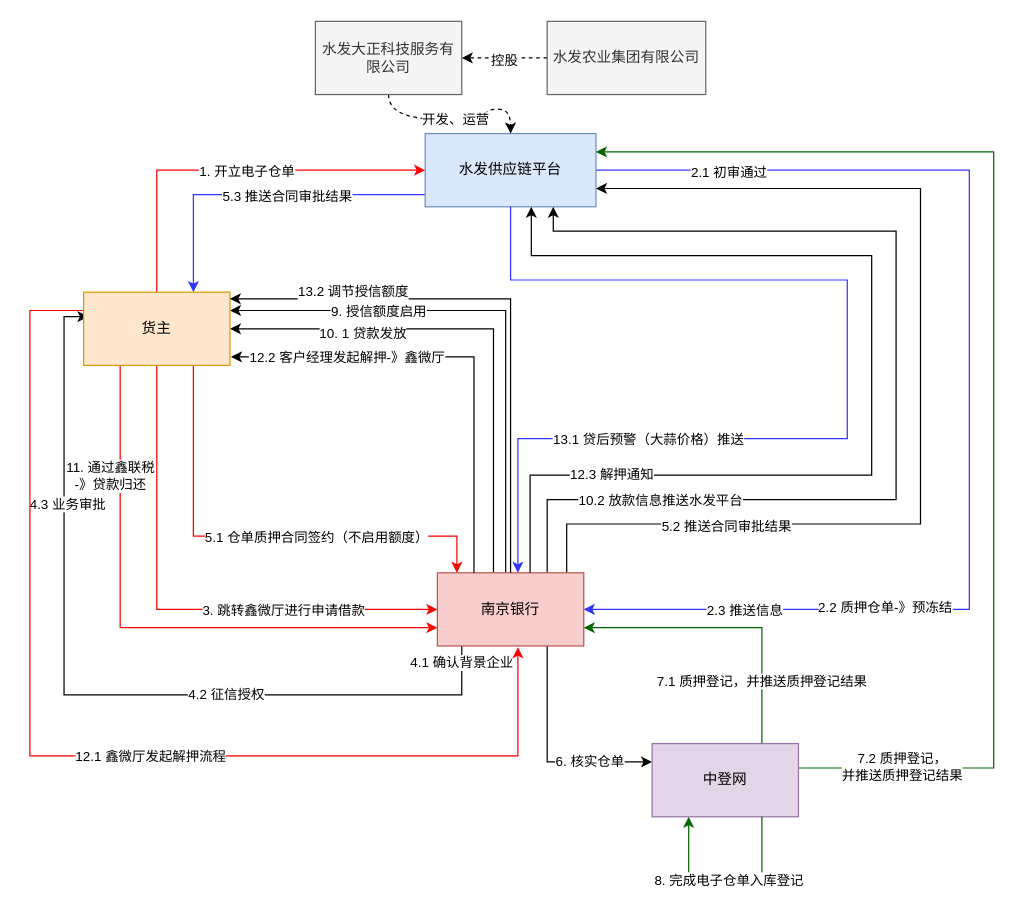
Earlier version of the draw.io diagram 蒜e贷流程图.drawio (crawlerWPS/drawing). Source tidied: cells renumbered, new cells numbered last; positions are measured from the earlier drawing's top-left corner, leaving out a move shared by most shapes. Both pictures are drawn from the tidied source at 122%, with x=0, y=0 at pixel (29, 21).
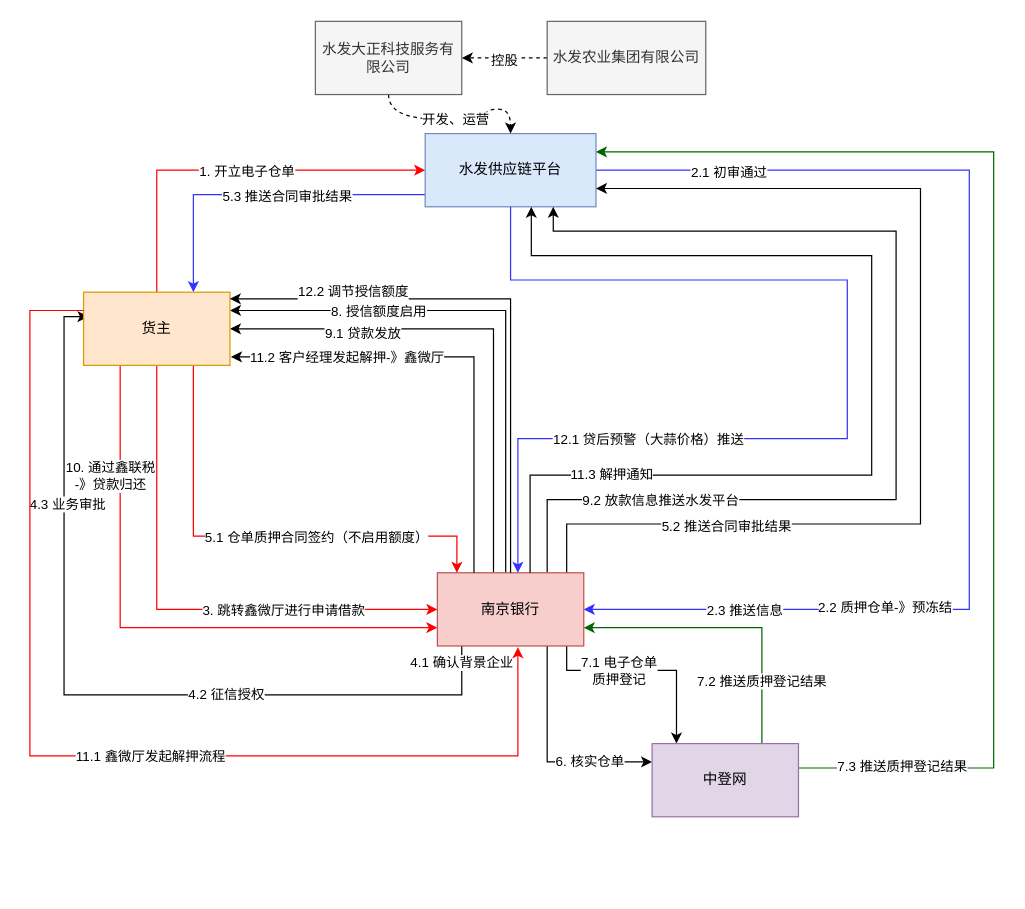
After the change.

Commit message:
更新蒜e贷流程图.drawio

The change refers to these unchanged cells:
```xml
<mxCell id="20" style="edgeStyle=orthogonalEdgeStyle;rounded=0;jettySize=auto;html=1;entryX=1;entryY=0.25;entryDx=0;entryDy=0;" parent="1" edge="1" source="26" target="35">
  <mxGeometry relative="1" as="geometry">
    <Array as="points">
      <mxPoint x="390" y="237" />
    </Array>
  </mxGeometry>
</mxCell>
<mxCell id="22" style="edgeStyle=orthogonalEdgeStyle;rounded=0;jettySize=auto;html=1;entryX=1;entryY=0.5;entryDx=0;entryDy=0;" parent="1" edge="1" source="26" target="35">
  <mxGeometry relative="1" as="geometry">
    <Array as="points">
      <mxPoint x="380" y="252" />
    </Array>
  </mxGeometry>
</mxCell>
<mxCell id="24" style="edgeStyle=orthogonalEdgeStyle;rounded=0;jettySize=auto;html=1;exitX=0.75;exitY=0;exitDx=0;exitDy=0;entryX=0.75;entryY=1;entryDx=0;entryDy=0;" parent="1" edge="1" source="26" target="8">
  <mxGeometry relative="1" as="geometry">
    <Array as="points">
      <mxPoint x="424" y="392" />
      <mxPoint x="710" y="392" />
      <mxPoint x="710" y="172" />
      <mxPoint x="429" y="172" />
    </Array>
  </mxGeometry>
</mxCell>
<mxCell id="26" value="南京银行" style="whiteSpace=wrap;html=1;fillColor=#f8cecc;strokeColor=#b85450;" parent="1" vertex="1">
  <mxGeometry x="334" y="452" width="120" height="60" as="geometry" />
</mxCell>
<mxCell id="33" style="edgeStyle=orthogonalEdgeStyle;rounded=0;jettySize=auto;html=1;exitX=0.25;exitY=1;exitDx=0;exitDy=0;entryX=0;entryY=0.75;entryDx=0;entryDy=0;strokeColor=#FF0000;" parent="1" edge="1" source="35" target="26">
  <mxGeometry relative="1" as="geometry" />
</mxCell>
<mxCell id="39" style="edgeStyle=orthogonalEdgeStyle;rounded=0;jettySize=auto;html=1;exitX=0.75;exitY=0;exitDx=0;exitDy=0;entryX=1;entryY=0.75;entryDx=0;entryDy=0;strokeColor=#006600;" parent="1" edge="1" source="43" target="26">
  <mxGeometry relative="1" as="geometry" />
</mxCell>
<mxCell id="41" style="edgeStyle=orthogonalEdgeStyle;rounded=0;jettySize=auto;html=1;entryX=1;entryY=0.25;entryDx=0;entryDy=0;strokeColor=#006600;" parent="1" edge="1" source="43" target="8">
  <mxGeometry relative="1" as="geometry">
    <Array as="points">
      <mxPoint x="790" y="612" />
      <mxPoint x="790" y="107" />
    </Array>
  </mxGeometry>
</mxCell>
<mxCell id="43" value="中登网" style="rounded=0;whiteSpace=wrap;html=1;fillColor=#e1d5e7;strokeColor=#9673a6;" parent="1" vertex="1">
  <mxGeometry x="510" y="592" width="120" height="60" as="geometry" />
</mxCell>
<mxCell id="46" style="edgeStyle=orthogonalEdgeStyle;rounded=0;jettySize=auto;html=1;exitX=0;exitY=0.25;exitDx=0;exitDy=0;strokeColor=#FF0000;" parent="1" edge="1" source="35">
  <mxGeometry relative="1" as="geometry">
    <mxPoint x="400" y="513" as="targetPoint" />
    <Array as="points">
      <mxPoint y="237" />
      <mxPoint y="602" />
      <mxPoint x="400" y="602" />
    </Array>
  </mxGeometry>
</mxCell>
<mxCell id="48" style="edgeStyle=orthogonalEdgeStyle;rounded=0;jettySize=auto;html=1;exitX=0.25;exitY=0;exitDx=0;exitDy=0;entryX=1.007;entryY=0.884;entryDx=0;entryDy=0;entryPerimeter=0;" parent="1" edge="1" source="26" target="35">
  <mxGeometry relative="1" as="geometry" />
</mxCell>
<mxCell id="50" style="edgeStyle=orthogonalEdgeStyle;rounded=0;jettySize=auto;html=1;" parent="1" edge="1" source="26" target="8">
  <mxGeometry relative="1" as="geometry">
    <Array as="points">
      <mxPoint x="410" y="372" />
      <mxPoint x="690" y="372" />
      <mxPoint x="690" y="192" />
      <mxPoint x="411" y="192" />
    </Array>
  </mxGeometry>
</mxCell>
<mxCell id="52" style="edgeStyle=orthogonalEdgeStyle;rounded=0;jettySize=auto;html=1;exitX=0.5;exitY=1;exitDx=0;exitDy=0;strokeColor=#3333FF;" parent="1" edge="1" source="8">
  <mxGeometry relative="1" as="geometry">
    <mxPoint x="400" y="452" as="targetPoint" />
    <Array as="points">
      <mxPoint x="394" y="212" />
      <mxPoint x="670" y="212" />
      <mxPoint x="670" y="342" />
      <mxPoint x="400" y="342" />
    </Array>
  </mxGeometry>
</mxCell>
<mxCell id="54" style="edgeStyle=orthogonalEdgeStyle;rounded=0;jettySize=auto;html=1;entryX=0.999;entryY=0.09;entryDx=0;entryDy=0;entryPerimeter=0;" parent="1" edge="1" source="26" target="35">
  <mxGeometry relative="1" as="geometry">
    <Array as="points">
      <mxPoint x="394" y="227" />
    </Array>
  </mxGeometry>
</mxCell>
```

Change to the diagram source:
```diff
@@
-    <mxCell id="21" value="9. 授信额度启用" style="edgeLabel;html=1;align=center;verticalAlign=middle;" parent="20" vertex="1">
+    <mxCell id="21" value="8. 授信额度启用" style="edgeLabel;html=1;align=center;verticalAlign=middle;" parent="20" vertex="1">
       <mxGeometry x="0.45" relative="1" as="geometry" />
     </mxCell>
@@
-    <mxCell id="23" value="10. 1 贷款发放" style="edgeLabel;html=1;align=center;verticalAlign=middle;" parent="22" vertex="1">
+    <mxCell id="23" value="9.1 贷款发放" style="edgeLabel;html=1;align=center;verticalAlign=middle;" parent="22" vertex="1">
       <mxGeometry x="0.48" y="3" relative="1" as="geometry" />
     </mxCell>
@@
-    <mxCell id="25" value="10.2 放款信息推送水发平台" style="edgeLabel;html=1;align=center;verticalAlign=middle;" parent="24" vertex="1">
+    <mxCell id="25" value="9.2 放款信息推送水发平台" style="edgeLabel;html=1;align=center;verticalAlign=middle;" parent="24" vertex="1">
       <mxGeometry x="-0.65" relative="1" as="geometry" />
     </mxCell>
+    <mxCell id="56" style="edgeStyle=orthogonalEdgeStyle;rounded=0;jettySize=auto;html=1;" parent="1" edge="1" source="26" target="43">
+      <mxGeometry relative="1" as="geometry">
+        <Array as="points">
+          <mxPoint x="440" y="532" />
+          <mxPoint x="530" y="532" />
+        </Array>
+      </mxGeometry>
+    </mxCell>
+    <mxCell id="57" value="7.1 电子仓单&lt;br&gt;质押登记" style="edgeLabel;html=1;align=center;verticalAlign=middle;" parent="56" vertex="1">
+      <mxGeometry x="-0.27" relative="1" as="geometry" />
+    </mxCell>
@@
-    <mxCell id="34" value="11. 通过鑫联税&lt;br&gt;-》贷款归还" style="edgeLabel;html=1;align=center;verticalAlign=middle;" parent="33" vertex="1">
+    <mxCell id="34" value="10. 通过鑫联税&lt;br&gt;-》贷款归还" style="edgeLabel;html=1;align=center;verticalAlign=middle;" parent="33" vertex="1">
       <mxGeometry x="-0.69" y="-2" relative="1" as="geometry">
         <mxPoint x="-7" y="16" as="offset" />
       </mxGeometry>
     </mxCell>
@@
-    <mxCell id="40" value="7.1 质押登记，并推送质押登记结果" style="edgeLabel;html=1;align=center;verticalAlign=middle;" parent="39" vertex="1">
+    <mxCell id="40" value="7.2 推送质押登记结果" style="edgeLabel;html=1;align=center;verticalAlign=middle;" parent="39" vertex="1">
       <mxGeometry x="-0.57" y="1" relative="1" as="geometry" />
     </mxCell>
@@
-    <mxCell id="42" value="7.2 质押登记，&lt;br&gt;并推送质押登记结果" style="edgeLabel;html=1;align=center;verticalAlign=middle;" parent="41" vertex="1">
+    <mxCell id="42" value="7.3&amp;nbsp;推送质押登记结果" style="edgeLabel;html=1;align=center;verticalAlign=middle;" parent="41" vertex="1">
       <mxGeometry x="-0.83" y="2" relative="1" as="geometry" />
     </mxCell>
@@
-    <mxCell id="44" style="edgeStyle=orthogonalEdgeStyle;rounded=0;orthogonalLoop=1;jettySize=auto;html=1;exitX=0.75;exitY=1;exitDx=0;exitDy=0;strokeColor=#006600;" parent="1" edge="1" source="43" target="43">
-      <mxGeometry relative="1" as="geometry">
-        <Array as="points">
-          <mxPoint x="600" y="702" />
-          <mxPoint x="540" y="702" />
-        </Array>
-      </mxGeometry>
-    </mxCell>
-    <mxCell id="45" value="8. 完成电子仓单入库登记" style="edgeLabel;html=1;align=center;verticalAlign=middle;" parent="44" vertex="1">
-      <mxGeometry x="-0.02" y="1" relative="1" as="geometry" />
-    </mxCell>
@@
-    <mxCell id="47" value="12.1 鑫微厅发起解押流程" style="edgeLabel;html=1;align=center;verticalAlign=middle;" parent="46" vertex="1">
+    <mxCell id="47" value="11.1 鑫微厅发起解押流程" style="edgeLabel;html=1;align=center;verticalAlign=middle;" parent="46" vertex="1">
       <mxGeometry x="0.13" relative="1" as="geometry" />
     </mxCell>
@@
-    <mxCell id="49" value="12.2 客户经理发起解押-》鑫微厅" style="edgeLabel;html=1;align=center;verticalAlign=middle;" parent="48" vertex="1">
+    <mxCell id="49" value="11.2 客户经理发起解押-》鑫微厅" style="edgeLabel;html=1;align=center;verticalAlign=middle;" parent="48" vertex="1">
       <mxGeometry x="0.7" y="-1" relative="1" as="geometry">
         <mxPoint x="39" y="1" as="offset" />
       </mxGeometry>
     </mxCell>
@@
-    <mxCell id="51" value="12.3 解押通知" style="edgeLabel;html=1;align=center;verticalAlign=middle;" parent="50" vertex="1">
+    <mxCell id="51" value="11.3 解押通知" style="edgeLabel;html=1;align=center;verticalAlign=middle;" parent="50" vertex="1">
       <mxGeometry x="-0.66" y="1" relative="1" as="geometry" />
     </mxCell>
@@
-    <mxCell id="53" value="13.1 贷后预警（大蒜价格）推送" style="edgeLabel;html=1;align=center;verticalAlign=middle;" parent="52" vertex="1">
+    <mxCell id="53" value="12.1 贷后预警（大蒜价格）推送" style="edgeLabel;html=1;align=center;verticalAlign=middle;" parent="52" vertex="1">
       <mxGeometry x="0.64" relative="1" as="geometry">
         <mxPoint x="64" as="offset" />
       </mxGeometry>
     </mxCell>
@@
-    <mxCell id="55" value="13.2 调节授信额度" style="edgeLabel;html=1;align=center;verticalAlign=middle;" parent="54" vertex="1">
+    <mxCell id="55" value="12.2 调节授信额度" style="edgeLabel;html=1;align=center;verticalAlign=middle;" parent="54" vertex="1">
       <mxGeometry x="0.49" y="-1" relative="1" as="geometry">
         <mxPoint x="-15" y="-5" as="offset" />
       </mxGeometry>
     </mxCell>
```
